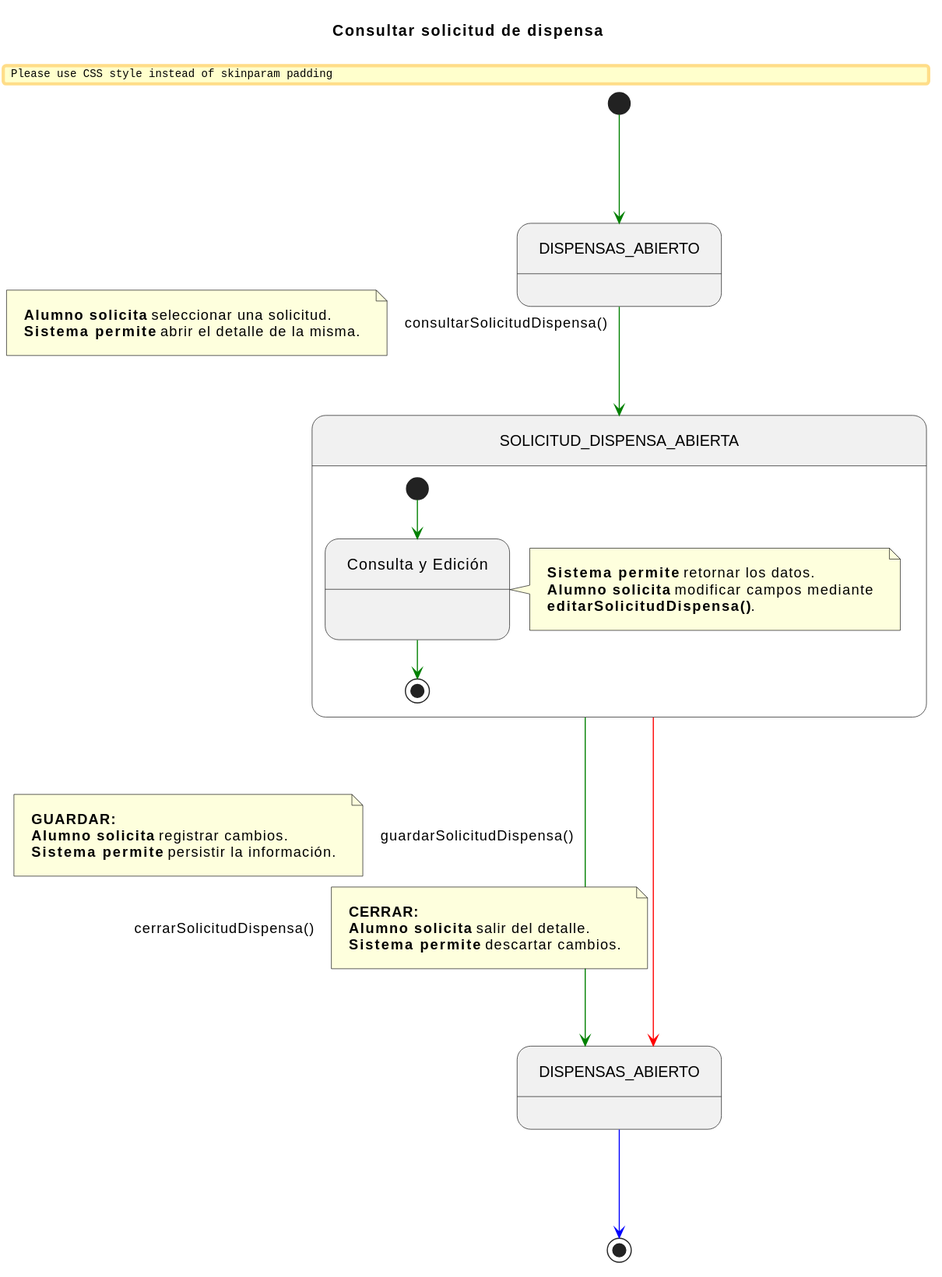
Earlier version of the PlantUML export documents/CasosDeUso/DetalladoCasosDeUso/Alumno/consultarSolicitudDispensa.svg (enmabry/25-26-IdSw1-SdR).
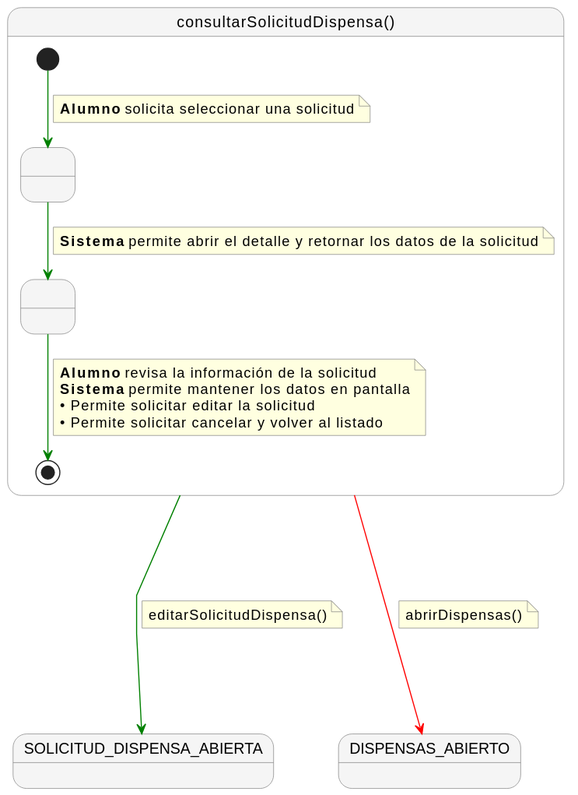
Above is the later version.

Commit message:
refactor(dispensas): estandarizar diagramas de estado de casos de uso de dispensas

What changed in the source:
```diff
@@ -1,51 +1,46 @@
 @startuml
-title Consultar solicitud de dispensa
-skinparam nodesep 100
-skinparam ranksep 100
-skinparam linetype ortho
-skinparam Padding 10
+skinparam nodesep 60
+skinparam ranksep 60
+skinparam linetype polyline
+skinparam NoteBackgroundColor lightyellow
+skinparam NoteBorderColor gray
+skinparam StateBackgroundColor #F5F5F5
+skinparam StateBorderColor gray
 
-state DISPENSAS_ABIERTO_INICIAL          as "DISPENSAS_ABIERTO"
-state SOLICITUD_DISPENSA_ABIERTA_COMP    as "SOLICITUD_DISPENSA_ABIERTA"
-state DISPENSAS_ABIERTO_FINAL            as "DISPENSAS_ABIERTO"
+state "consultarSolicitudDispensa()" as consultarSolicitudDispensa {
 
-[*] -[#green]-> DISPENSAS_ABIERTO_INICIAL
+    state " " as Paso1
+    state " " as Paso2
 
-DISPENSAS_ABIERTO_INICIAL -[#green]-> SOLICITUD_DISPENSA_ABIERTA_COMP : consultarSolicitudDispensa()
-note left on link
-    <b>Alumno solicita</b> seleccionar una solicitud.
-    <b>Sistema permite</b> abrir el detalle de la misma.
+    [*] -[#green]-> Paso1
+    note on link
+      <b>Alumno</b> solicita seleccionar una solicitud
+    end note
+
+    Paso1 -[#green]-> Paso2
+    note on link
+      <b>Sistema</b> permite abrir el detalle y retornar los datos de la solicitud
+    end note
+
+    Paso2 -[#green]-> [*]
+    note on link
+      <b>Alumno</b> revisa la información de la solicitud
+      <b>Sistema</b> permite mantener los datos en pantalla
+      • Permite solicitar editar la solicitud
+      • Permite solicitar cancelar y volver al listado
+    end note
+}
+
+state "SOLICITUD_DISPENSA_ABIERTA" as SOLICITUD_DISPENSA_ABIERTA
+state "DISPENSAS_ABIERTO" as DISPENSAS_ABIERTO
+
+consultarSolicitudDispensa -[#green]---> SOLICITUD_DISPENSA_ABIERTA
+note right on link
+  editarSolicitudDispensa()
 end note
 
-state SOLICITUD_DISPENSA_ABIERTA_COMP {
-    state SolicitarEditarSolicitud as "Consulta y Edición"
-
-    SolicitarEditarSolicitud :
-
-    [*] -[#green]-> SolicitarEditarSolicitud
-
-    note right of SolicitarEditarSolicitud
-        <b>Sistema permite</b> retornar los datos.
-        <b>Alumno solicita</b> modificar campos mediante
-        **editarSolicitudDispensa()**.
-    end note
-
-    SolicitarEditarSolicitud -[#green]-> [*]
-}
-
-SOLICITUD_DISPENSA_ABIERTA_COMP -[#green]---> DISPENSAS_ABIERTO_FINAL : guardarSolicitudDispensa()
-note left on link
-    <b>GUARDAR:</b>
-    <b>Alumno solicita</b> registrar cambios.
-    <b>Sistema permite</b> persistir la información.
+consultarSolicitudDispensa -[#red]---> DISPENSAS_ABIERTO
+note right on link
+  abrirDispensas()
 end note
-
-SOLICITUD_DISPENSA_ABIERTA_COMP -[#red]---> DISPENSAS_ABIERTO_FINAL : cerrarSolicitudDispensa()
-note right on link
-    <b>CERRAR:</b>
-    <b>Alumno solicita</b> salir del detalle.
-    <b>Sistema permite</b> descartar cambios.
-end note
-
-DISPENSAS_ABIERTO_FINAL -[#blue]-> [*]
 @enduml
```
